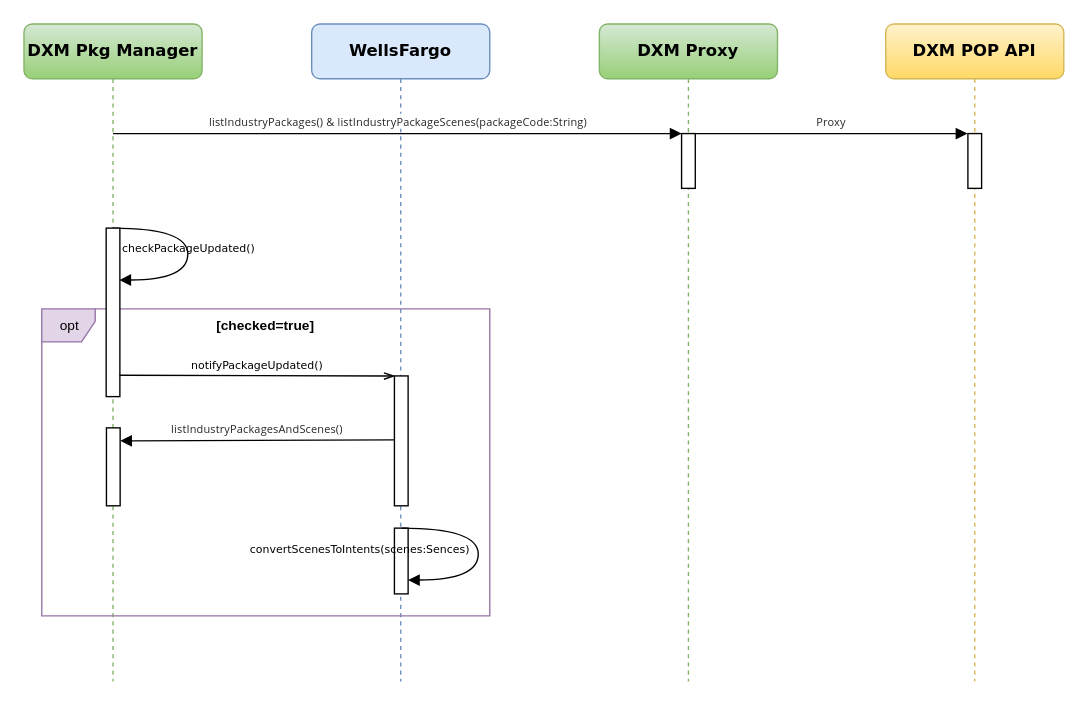
GeekKwok/UML keeps this draw.io diagram as leyan/dxm/Sequence Diagram 1.drawio. Above is the earlier version. Source tidied: cells renumbered, new cells numbered last; positions are measured from the earlier drawing's top-left corner, leaving out a move shared by most shapes. Both pictures are drawn from the tidied source at 137%, with x=0, y=0 at pixel (23, 23).
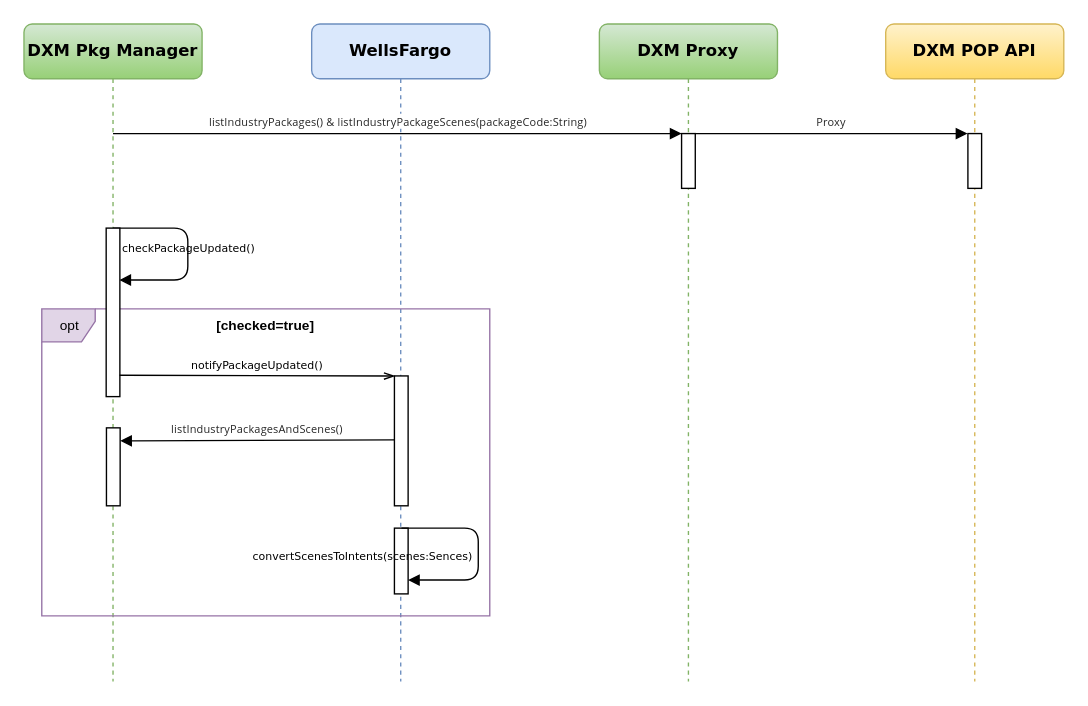
Above is the later version.

Unchanged cells that the change refers to:
```xml
<mxCell id="4" value="&lt;font style=&quot;font-size: 10px&quot;&gt;opt&lt;/font&gt;" style="shape=umlFrame;tabPosition=left;html=1;boundedLbl=1;labelInHeader=1;width=39;height=24;fillColor=#e1d5e7;strokeColor=#9673a6;" parent="1" vertex="1">
  <mxGeometry x="13" y="208" width="327" height="224" as="geometry" />
</mxCell>
```

The edit, as a diff of the source:
```diff
@@
-    <mxCell id="10" value="&lt;font style=&quot;font-size: 8px&quot;&gt;convertScenesToIntents(scenes:Sences)&lt;/font&gt;" style="html=1;verticalAlign=bottom;endArrow=block;labelBackgroundColor=none;fontFamily=Verdana;fontSize=12;elbow=vertical;edgeStyle=orthogonalEdgeStyle;curved=1;entryX=1;entryY=0.286;entryPerimeter=0;exitX=1.038;exitY=0.345;exitPerimeter=0;" parent="4" edge="1">
-      <mxGeometry x="1" y="-39" relative="1" as="geometry">
+    <mxCell id="10" value="&lt;font style=&quot;font-size: 8px&quot;&gt;convertScenesToIntents(scenes:Sences)&lt;/font&gt;" style="html=1;verticalAlign=bottom;endArrow=block;labelBackgroundColor=none;fontFamily=Verdana;fontSize=12;elbow=vertical;edgeStyle=orthogonalEdgeStyle;entryX=1;entryY=0.286;entryPerimeter=0;exitX=1.038;exitY=0.345;exitPerimeter=0;rounded=1;" parent="4" edge="1">
+      <mxGeometry x="1" y="-35" relative="1" as="geometry">
         <mxPoint x="262.6" y="160" as="sourcePoint" />
         <mxPoint x="267.3" y="197.9" as="targetPoint" />
         <Array as="points">
           <mxPoint x="318.6" y="159.9" />
           <mxPoint x="318.6" y="197.9" />
         </Array>
-        <mxPoint x="-36" y="25" as="offset" />
+        <mxPoint x="-34" y="26" as="offset" />
       </mxGeometry>
     </mxCell>
@@
-    <mxCell id="14" value="&lt;font style=&quot;font-size: 8px&quot;&gt;checkPackageUpdated()&lt;/font&gt;" style="html=1;verticalAlign=bottom;endArrow=block;labelBackgroundColor=none;fontFamily=Verdana;fontSize=12;elbow=vertical;edgeStyle=orthogonalEdgeStyle;curved=1;entryX=1;entryY=0.286;entryPerimeter=0;exitX=1.038;exitY=0.345;exitPerimeter=0;" parent="1" edge="1">
+    <mxCell id="14" value="&lt;font style=&quot;font-size: 8px&quot;&gt;checkPackageUpdated()&lt;/font&gt;" style="html=1;verticalAlign=bottom;endArrow=block;labelBackgroundColor=none;fontFamily=Verdana;fontSize=12;elbow=vertical;edgeStyle=orthogonalEdgeStyle;entryX=1;entryY=0.286;entryPerimeter=0;exitX=1.038;exitY=0.345;exitPerimeter=0;rounded=1;" parent="1" edge="1">
       <mxGeometry x="0.1" relative="1" as="geometry">
         <mxPoint x="65" y="149" as="sourcePoint" />
         <mxPoint x="69.6" y="186.9" as="targetPoint" />
         <Array as="points">
           <mxPoint x="119.6" y="148.9" />
           <mxPoint x="119.6" y="186.9" />
         </Array>
       </mxGeometry>
     </mxCell>
```
